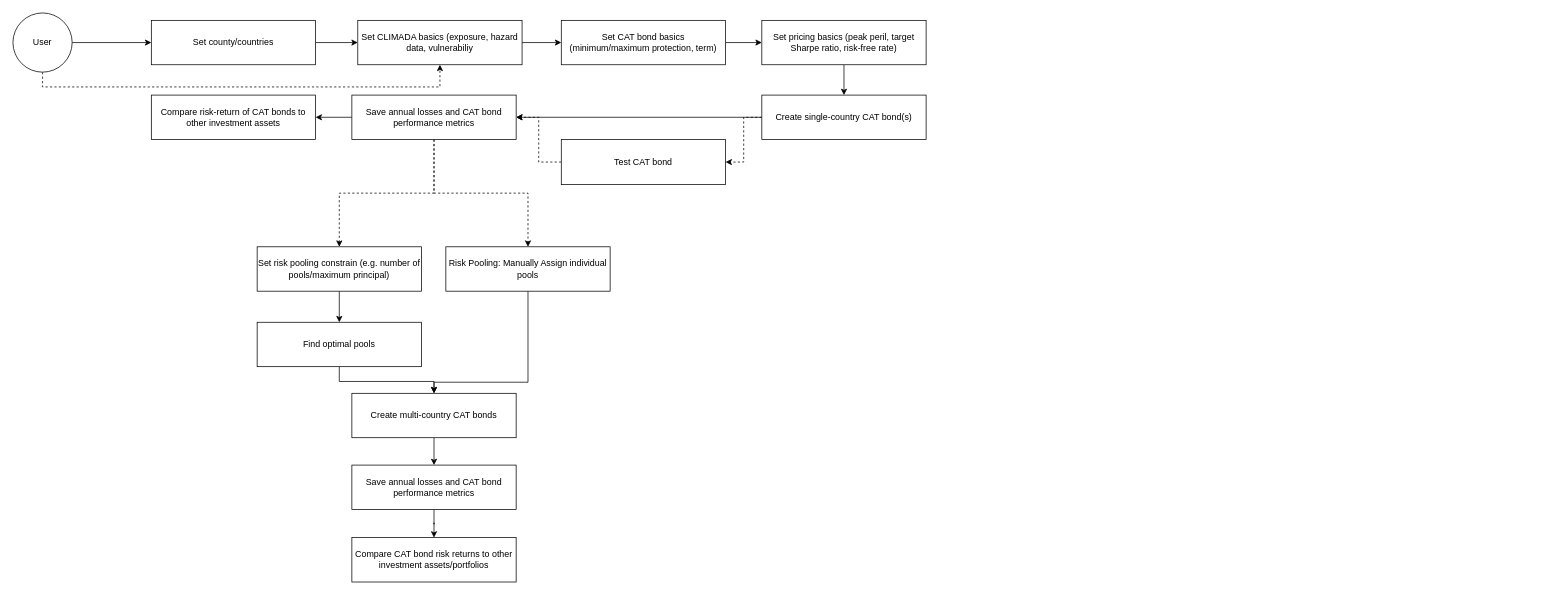
Earlier version of the draw.io diagram user_journey_climada_petals.drawio (KaiOBerg/master_thesis_cat_bonds). Source tidied: cells renumbered, new cells numbered last; positions are measured from the earlier drawing's top-left corner, leaving out a move shared by most shapes. Both pictures are drawn from the tidied source at 74%, with x=0, y=0 at pixel (13, 13).
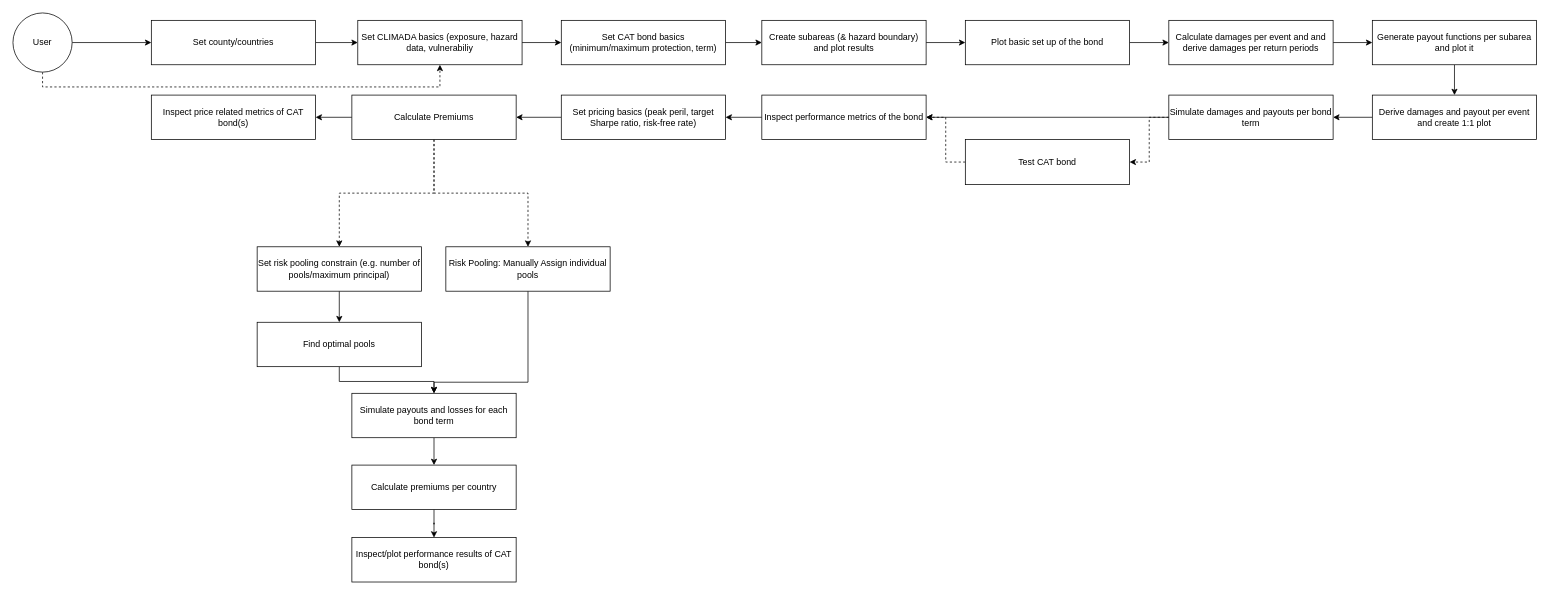
After the change.

Change to the diagram source:
```diff
@@
-    <mxCell id="5" style="edgeStyle=orthogonalEdgeStyle;rounded=0;jettySize=auto;html=1;exitX=0;exitY=0.5;exitDx=0;exitDy=0;entryX=1;entryY=0.5;entryDx=0;entryDy=0;" parent="1" edge="1" source="7" target="13">
-      <mxGeometry relative="1" as="geometry" />
-    </mxCell>
@@
+    <mxCell id="34" style="edgeStyle=orthogonalEdgeStyle;rounded=0;jettySize=auto;html=1;exitX=0;exitY=0.5;exitDx=0;exitDy=0;entryX=1;entryY=0.5;entryDx=0;entryDy=0;" parent="1" edge="1" source="7" target="39">
+      <mxGeometry relative="1" as="geometry" />
+    </mxCell>
-    <mxCell id="7" value="Create single-country CAT bond(s)" style="rounded=0;whiteSpace=wrap;html=1;" parent="1" vertex="1">
-      <mxGeometry x="1012" y="111" width="222" height="60" as="geometry" />
+    <mxCell id="7" value="Simulate damages and payouts per bond term" style="rounded=0;whiteSpace=wrap;html=1;" parent="1" vertex="1">
+      <mxGeometry x="1562" y="111" width="222" height="60" as="geometry" />
     </mxCell>
@@
-    <mxCell id="13" value="&lt;span style=&quot;caret-color: rgba(0, 0, 0, 0);&quot;&gt;Save annual losses and CAT bond performance metrics&lt;/span&gt;" style="rounded=0;whiteSpace=wrap;html=1;" parent="1" vertex="1">
+    <mxCell id="13" value="&lt;span style=&quot;caret-color: rgba(0, 0, 0, 0);&quot;&gt;Calculate Premiums&lt;/span&gt;" style="rounded=0;whiteSpace=wrap;html=1;" parent="1" vertex="1">
       <mxGeometry x="458" y="111" width="222" height="60" as="geometry" />
     </mxCell>
-    <mxCell id="14" style="edgeStyle=orthogonalEdgeStyle;rounded=0;jettySize=auto;html=1;exitX=0;exitY=0.5;exitDx=0;exitDy=0;entryX=1;entryY=0.5;entryDx=0;entryDy=0;dashed=1;" parent="1" edge="1" source="15" target="13">
+    <mxCell id="14" style="edgeStyle=orthogonalEdgeStyle;rounded=0;jettySize=auto;html=1;exitX=0;exitY=0.5;exitDx=0;exitDy=0;entryX=1;entryY=0.5;entryDx=0;entryDy=0;dashed=1;" parent="1" edge="1" source="15" target="39">
       <mxGeometry relative="1" as="geometry" />
     </mxCell>
     <mxCell id="15" value="&lt;span style=&quot;caret-color: rgba(0, 0, 0, 0);&quot;&gt;Test CAT bond&lt;/span&gt;" style="rounded=0;whiteSpace=wrap;html=1;" parent="1" vertex="1">
-      <mxGeometry x="741" y="171" width="222" height="61" as="geometry" />
+      <mxGeometry x="1287" y="171" width="222" height="61" as="geometry" />
     </mxCell>
-    <mxCell id="16" style="edgeStyle=orthogonalEdgeStyle;rounded=0;jettySize=auto;html=1;exitX=0.5;exitY=1;exitDx=0;exitDy=0;entryX=0.5;entryY=0;entryDx=0;entryDy=0;" parent="1" edge="1" source="17" target="7">
-      <mxGeometry relative="1" as="geometry" />
-    </mxCell>
+    <mxCell id="35" style="edgeStyle=orthogonalEdgeStyle;rounded=0;jettySize=auto;html=1;exitX=1;exitY=0.5;exitDx=0;exitDy=0;entryX=0;entryY=0.5;entryDx=0;entryDy=0;" parent="1" edge="1" source="17" target="37">
+      <mxGeometry relative="1" as="geometry" />
+    </mxCell>
-    <mxCell id="17" value="&lt;span style=&quot;caret-color: rgba(0, 0, 0, 0);&quot;&gt;Set pricing basics (peak peril, target Sharpe ratio, risk-free rate)&lt;/span&gt;" style="rounded=0;whiteSpace=wrap;html=1;" parent="1" vertex="1">
+    <mxCell id="17" value="Create subareas (&amp;amp; hazard boundary) and plot results" style="rounded=0;whiteSpace=wrap;html=1;" parent="1" vertex="1">
       <mxGeometry x="1012" y="10" width="222" height="60" as="geometry" />
     </mxCell>
@@
-    <mxCell id="22" value="&lt;span style=&quot;caret-color: rgba(0, 0, 0, 0);&quot;&gt;Compare risk-return of CAT bonds to other investment assets&lt;/span&gt;" style="rounded=0;whiteSpace=wrap;html=1;" parent="1" vertex="1">
+    <mxCell id="22" value="&lt;span style=&quot;caret-color: rgba(0, 0, 0, 0);&quot;&gt;Inspect price related metrics of CAT bond(s)&lt;/span&gt;" style="rounded=0;whiteSpace=wrap;html=1;" parent="1" vertex="1">
       <mxGeometry x="187" y="111" width="222" height="60" as="geometry" />
     </mxCell>
@@
-    <mxCell id="30" value="&lt;span style=&quot;caret-color: rgba(0, 0, 0, 0);&quot;&gt;Create multi-country CAT bonds&lt;/span&gt;" style="rounded=0;whiteSpace=wrap;html=1;" parent="1" vertex="1">
+    <mxCell id="30" value="&lt;span style=&quot;caret-color: rgba(0, 0, 0, 0);&quot;&gt;Simulate payouts and losses for each bond term&lt;/span&gt;" style="rounded=0;whiteSpace=wrap;html=1;" parent="1" vertex="1">
       <mxGeometry x="458" y="514" width="222" height="60" as="geometry" />
     </mxCell>
@@
-    <mxCell id="32" value="&lt;span style=&quot;caret-color: rgba(0, 0, 0, 0);&quot;&gt;Save annual losses and CAT bond performance metrics&lt;/span&gt;" style="rounded=0;whiteSpace=wrap;html=1;" parent="1" vertex="1">
+    <mxCell id="32" value="&lt;span style=&quot;caret-color: rgba(0, 0, 0, 0);&quot;&gt;Calculate premiums per country&lt;/span&gt;" style="rounded=0;whiteSpace=wrap;html=1;" parent="1" vertex="1">
       <mxGeometry x="458" y="611" width="222" height="60" as="geometry" />
     </mxCell>
-    <mxCell id="33" value="&lt;span style=&quot;caret-color: rgba(0, 0, 0, 0);&quot;&gt;Compare CAT bond risk returns to other investment assets/portfolios&lt;/span&gt;" style="rounded=0;whiteSpace=wrap;html=1;" parent="1" vertex="1">
+    <mxCell id="33" value="&lt;span style=&quot;caret-color: rgba(0, 0, 0, 0);&quot;&gt;Inspect/plot performance results of CAT bond(s)&lt;/span&gt;" style="rounded=0;whiteSpace=wrap;html=1;" parent="1" vertex="1">
       <mxGeometry x="458" y="709" width="222" height="60" as="geometry" />
     </mxCell>
+    <mxCell id="36" style="edgeStyle=orthogonalEdgeStyle;rounded=0;jettySize=auto;html=1;exitX=1;exitY=0.5;exitDx=0;exitDy=0;entryX=0;entryY=0.5;entryDx=0;entryDy=0;" parent="1" edge="1" source="37" target="41">
+      <mxGeometry relative="1" as="geometry" />
+    </mxCell>
+    <mxCell id="37" value="Plot basic set up of the bond" style="rounded=0;whiteSpace=wrap;html=1;" parent="1" vertex="1">
+      <mxGeometry x="1287" y="10" width="222" height="60" as="geometry" />
+    </mxCell>
+    <mxCell id="38" style="edgeStyle=orthogonalEdgeStyle;rounded=0;jettySize=auto;html=1;exitX=0;exitY=0.5;exitDx=0;exitDy=0;entryX=1;entryY=0.5;entryDx=0;entryDy=0;" parent="1" edge="1" source="39" target="47">
+      <mxGeometry relative="1" as="geometry" />
+    </mxCell>
+    <mxCell id="39" value="&lt;span style=&quot;caret-color: rgba(0, 0, 0, 0);&quot;&gt;Inspect performance metrics of the bond&lt;/span&gt;" style="rounded=0;whiteSpace=wrap;html=1;" parent="1" vertex="1">
+      <mxGeometry x="1012" y="111" width="222" height="60" as="geometry" />
+    </mxCell>
+    <mxCell id="40" style="edgeStyle=orthogonalEdgeStyle;rounded=0;jettySize=auto;html=1;exitX=1;exitY=0.5;exitDx=0;exitDy=0;entryX=0;entryY=0.5;entryDx=0;entryDy=0;" parent="1" edge="1" source="41" target="43">
+      <mxGeometry relative="1" as="geometry" />
+    </mxCell>
+    <mxCell id="41" value="Calculate damages per event and and derive damages per return periods" style="rounded=0;whiteSpace=wrap;html=1;" parent="1" vertex="1">
+      <mxGeometry x="1562" y="10" width="222" height="60" as="geometry" />
+    </mxCell>
+    <mxCell id="42" style="edgeStyle=orthogonalEdgeStyle;rounded=0;jettySize=auto;html=1;exitX=0.5;exitY=1;exitDx=0;exitDy=0;entryX=0.5;entryY=0;entryDx=0;entryDy=0;" parent="1" edge="1" source="43" target="45">
+      <mxGeometry relative="1" as="geometry" />
+    </mxCell>
+    <mxCell id="43" value="Generate payout functions per subarea and plot it" style="rounded=0;whiteSpace=wrap;html=1;" parent="1" vertex="1">
+      <mxGeometry x="1837" y="10" width="222" height="60" as="geometry" />
+    </mxCell>
+    <mxCell id="44" style="edgeStyle=orthogonalEdgeStyle;rounded=0;jettySize=auto;html=1;exitX=0;exitY=0.5;exitDx=0;exitDy=0;entryX=1;entryY=0.5;entryDx=0;entryDy=0;" parent="1" edge="1" source="45" target="7">
+      <mxGeometry relative="1" as="geometry" />
+    </mxCell>
+    <mxCell id="45" value="Derive damages and payout per event and create 1:1 plot" style="rounded=0;whiteSpace=wrap;html=1;" parent="1" vertex="1">
+      <mxGeometry x="1837" y="111" width="222" height="60" as="geometry" />
+    </mxCell>
+    <mxCell id="46" style="edgeStyle=orthogonalEdgeStyle;rounded=0;jettySize=auto;html=1;exitX=0;exitY=0.5;exitDx=0;exitDy=0;" parent="1" edge="1" source="47" target="13">
+      <mxGeometry relative="1" as="geometry" />
+    </mxCell>
+    <mxCell id="47" value="&lt;span style=&quot;caret-color: rgba(0, 0, 0, 0);&quot;&gt;Set pricing basics (peak peril, target Sharpe ratio, risk-free rate)&lt;/span&gt;" style="rounded=0;whiteSpace=wrap;html=1;" parent="1" vertex="1">
+      <mxGeometry x="741" y="111" width="222" height="60" as="geometry" />
+    </mxCell>
```
